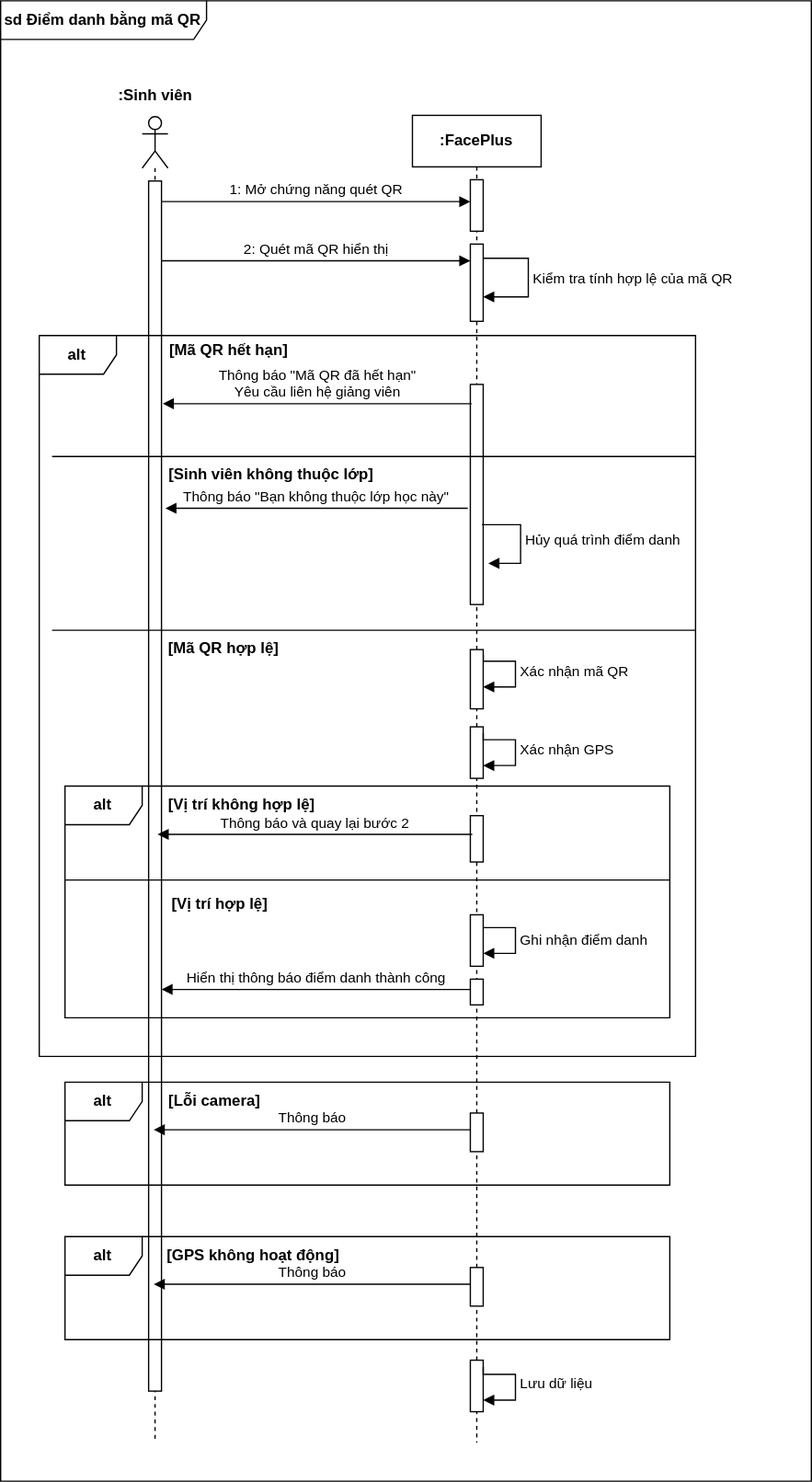
Above: [W3] SequenceDiagram 3.drawio.svg in ntmly/ThuchanhphattrienhethongTTNT (draw.io), before the change. Source tidied: cells renumbered, new cells last; positions are measured from the earlier drawing's top-left corner, leaving out a move shared by most shapes.
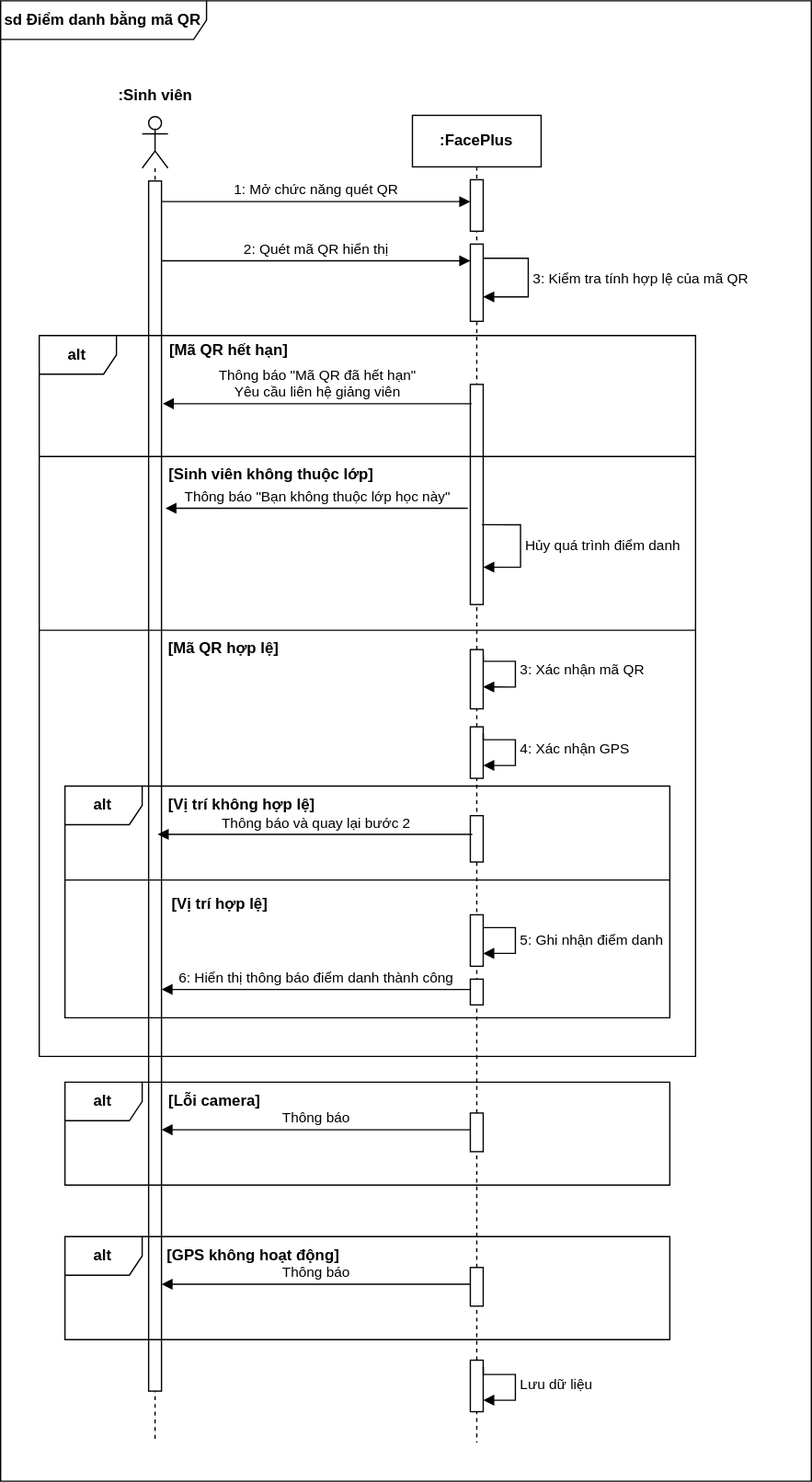
The same diagram one commit later.

Commit message:
Cập nhật [W3] SequenceDiagram 3.drawio.svg

The edit, as a diff of the source:
```diff
@@ -20,7 +20,7 @@
     <mxCell id="7" style="html=1;perimeter=orthogonalPerimeter;targetShapes=umlLifeline;newEdgeStyle={&quot;curved&quot;:0,&quot;rounded&quot;:0};" parent="5" vertex="1">
       <mxGeometry x="45" y="100" width="10" height="60" as="geometry" />
     </mxCell>
-    <mxCell id="8" value="Kiểm tra tính hợp lệ của mã QR" style="html=1;align=left;spacingLeft=2;endArrow=block;rounded=0;edgeStyle=orthogonalEdgeStyle;curved=0;rounded=0;entryX=1.5;entryY=0.683;entryDx=0;entryDy=0;entryPerimeter=0;" parent="5" edge="1">
+    <mxCell id="8" value="3: Kiểm tra tính hợp lệ của mã QR" style="html=1;align=left;spacingLeft=2;endArrow=block;rounded=0;edgeStyle=orthogonalEdgeStyle;curved=0;rounded=0;entryX=1.5;entryY=0.683;entryDx=0;entryDy=0;entryPerimeter=0;" parent="5" edge="1">
       <mxGeometry relative="1" as="geometry">
         <mxPoint x="55" y="111" as="sourcePoint" />
         <mxPoint x="55" y="141" as="targetPoint" />
@@ -36,7 +36,7 @@
     <mxCell id="10" style="html=1;points=[[0,0,0,0,5],[0,1,0,0,-5],[1,0,0,0,5],[1,1,0,0,-5]];perimeter=orthogonalPerimeter;outlineConnect=0;targetShapes=umlLifeline;portConstraint=eastwest;newEdgeStyle={&quot;curved&quot;:0,&quot;rounded&quot;:0};" parent="5" vertex="1">
       <mxGeometry x="45" y="475" width="10" height="40" as="geometry" />
     </mxCell>
-    <mxCell id="11" value="Xác nhận GPS" style="html=1;align=left;spacingLeft=2;endArrow=block;rounded=0;edgeStyle=orthogonalEdgeStyle;curved=0;rounded=0;exitX=1;exitY=0;exitDx=0;exitDy=5;exitPerimeter=0;" parent="5" edge="1" source="10" target="10">
+    <mxCell id="11" value="4: Xác nhận GPS" style="html=1;align=left;spacingLeft=2;endArrow=block;rounded=0;edgeStyle=orthogonalEdgeStyle;curved=0;rounded=0;exitX=1;exitY=0;exitDx=0;exitDy=5;exitPerimeter=0;" parent="5" edge="1" source="10" target="10">
       <mxGeometry relative="1" as="geometry">
         <Array as="points">
           <mxPoint x="55" y="485" />
@@ -45,7 +45,7 @@
         </Array>
       </mxGeometry>
     </mxCell>
-    <mxCell id="12" value="Xác nhận mã QR" style="html=1;align=left;spacingLeft=2;endArrow=block;rounded=0;edgeStyle=orthogonalEdgeStyle;curved=0;rounded=0;exitX=1;exitY=0;exitDx=0;exitDy=5;exitPerimeter=0;" parent="5" edge="1">
+    <mxCell id="12" value="3: Xác nhận mã QR" style="html=1;align=left;spacingLeft=2;endArrow=block;rounded=0;edgeStyle=orthogonalEdgeStyle;curved=0;rounded=0;exitX=1;exitY=0;exitDx=0;exitDy=5;exitPerimeter=0;" parent="5" edge="1">
       <mxGeometry relative="1" as="geometry">
         <mxPoint x="55" y="419" as="sourcePoint" />
         <mxPoint x="55" y="444" as="targetPoint" />
@@ -62,7 +62,7 @@
     <mxCell id="14" style="html=1;points=[[0,0,0,0,5],[0,1,0,0,-5],[1,0,0,0,5],[1,1,0,0,-5]];perimeter=orthogonalPerimeter;outlineConnect=0;targetShapes=umlLifeline;portConstraint=eastwest;newEdgeStyle={&quot;curved&quot;:0,&quot;rounded&quot;:0};" parent="5" vertex="1">
       <mxGeometry x="45" y="621" width="10" height="40" as="geometry" />
     </mxCell>
-    <mxCell id="15" value="Ghi nhận điểm danh" style="html=1;align=left;spacingLeft=2;endArrow=block;rounded=0;edgeStyle=orthogonalEdgeStyle;curved=0;rounded=0;" parent="5" edge="1" source="14" target="14">
+    <mxCell id="15" value="5: Ghi nhận điểm danh" style="html=1;align=left;spacingLeft=2;endArrow=block;rounded=0;edgeStyle=orthogonalEdgeStyle;curved=0;rounded=0;" parent="5" edge="1" source="14" target="14">
       <mxGeometry relative="1" as="geometry">
         <Array as="points">
           <mxPoint x="80" y="631" />
@@ -90,7 +90,7 @@
     <mxCell id="20" value="&lt;b&gt;:Sinh viên&lt;/b&gt;" style="text;html=1;align=center;verticalAlign=middle;strokeColor=none;fillColor=none;" parent="1" vertex="1">
       <mxGeometry x="80" y="59" width="80" height="30" as="geometry" />
     </mxCell>
-    <mxCell id="21" value="1: Mở chứng năng quét QR" style="html=1;verticalAlign=bottom;endArrow=block;curved=0;rounded=0;entryX=0;entryY=0;entryDx=0;entryDy=5;entryPerimeter=0;" parent="1" edge="1">
+    <mxCell id="21" value="1: Mở chức năng quét QR" style="html=1;verticalAlign=bottom;endArrow=block;curved=0;rounded=0;entryX=0;entryY=0;entryDx=0;entryDy=5;entryPerimeter=0;" parent="1" edge="1">
       <mxGeometry relative="1" as="geometry">
         <mxPoint x="125" y="156" as="sourcePoint" />
         <mxPoint x="365" y="156" as="targetPoint" />
@@ -115,7 +115,7 @@
       </mxGeometry>
     </mxCell>
     <mxCell id="26" style="line;strokeWidth=1;fillColor=none;align=left;verticalAlign=middle;spacingTop=-1;spacingLeft=3;spacingRight=3;labelPosition=right;strokeColor=inherit;" parent="1" vertex="1">
-      <mxGeometry x="40" y="350" width="500" height="8" as="geometry" />
+      <mxGeometry x="30" y="350" width="510" height="8" as="geometry" />
     </mxCell>
     <mxCell id="27" value="&lt;b&gt;[Sinh viên không thuộc lớp]&lt;/b&gt;" style="text;html=1;align=center;verticalAlign=middle;strokeColor=none;fillColor=none;" parent="1" vertex="1">
       <mxGeometry x="120" y="353" width="180" height="30" as="geometry" />
@@ -126,17 +126,17 @@
         <mxPoint x="128" y="394.2" as="targetPoint" />
       </mxGeometry>
     </mxCell>
-    <mxCell id="29" value="Hủy quá trình điểm danh" style="html=1;align=left;spacingLeft=2;endArrow=block;rounded=0;edgeStyle=orthogonalEdgeStyle;curved=0;rounded=0;" parent="1" edge="1">
+    <mxCell id="29" value="Hủy quá trình điểm danh" style="html=1;align=left;spacingLeft=2;endArrow=block;rounded=0;edgeStyle=orthogonalEdgeStyle;curved=0;rounded=0;" parent="1" edge="1" target="9">
       <mxGeometry relative="1" as="geometry">
         <mxPoint x="374" y="407" as="sourcePoint" />
-        <mxPoint x="379" y="437" as="targetPoint" />
         <Array as="points">
-          <mxPoint x="404" y="437" />
+          <mxPoint x="404" y="407" />
+          <mxPoint x="404" y="440" />
         </Array>
       </mxGeometry>
     </mxCell>
     <mxCell id="30" style="line;strokeWidth=1;fillColor=none;align=left;verticalAlign=middle;spacingTop=-1;spacingLeft=3;spacingRight=3;labelPosition=right;strokeColor=inherit;" parent="1" vertex="1">
-      <mxGeometry x="40" y="485" width="500" height="8" as="geometry" />
+      <mxGeometry x="30" y="485" width="510" height="8" as="geometry" />
     </mxCell>
     <mxCell id="31" style="html=1;perimeter=orthogonalPerimeter;targetShapes=umlLifeline;newEdgeStyle={&quot;curved&quot;:0,&quot;rounded&quot;:0};" parent="1" vertex="1">
       <mxGeometry x="365" y="504" width="10" height="46" as="geometry" />
@@ -165,7 +165,7 @@
     <mxCell id="38" style="html=1;perimeter=orthogonalPerimeter;targetShapes=umlLifeline;newEdgeStyle={&quot;curved&quot;:0,&quot;rounded&quot;:0};" parent="1" vertex="1">
       <mxGeometry x="365" y="760" width="10" height="20" as="geometry" />
     </mxCell>
-    <mxCell id="39" value="Hiển thị thông báo điểm danh thành công" style="html=1;verticalAlign=bottom;endArrow=block;curved=0;rounded=0;exitX=0;exitY=0;exitDx=0;exitDy=5;exitPerimeter=0;" parent="1" edge="1">
+    <mxCell id="39" value="6: Hiển thị thông báo điểm danh thành công" style="html=1;verticalAlign=bottom;endArrow=block;curved=0;rounded=0;exitX=0;exitY=0;exitDx=0;exitDy=5;exitPerimeter=0;" parent="1" edge="1">
       <mxGeometry relative="1" as="geometry">
         <mxPoint x="365" y="768" as="sourcePoint" />
         <mxPoint x="125" y="768" as="targetPoint" />
@@ -177,10 +177,9 @@
     <mxCell id="41" value="&lt;b&gt;[Lỗi camera]&lt;/b&gt;" style="text;html=1;align=center;verticalAlign=middle;strokeColor=none;fillColor=none;" parent="1" vertex="1">
       <mxGeometry x="121" y="840" width="90" height="30" as="geometry" />
     </mxCell>
-    <mxCell id="42" value="Thông báo" style="html=1;verticalAlign=bottom;endArrow=block;curved=0;rounded=0;" parent="1" edge="1">
+    <mxCell id="42" value="Thông báo" style="html=1;verticalAlign=bottom;endArrow=block;curved=0;rounded=0;" parent="1" edge="1" target="4">
       <mxGeometry relative="1" as="geometry">
         <mxPoint x="365" y="877" as="sourcePoint" />
-        <mxPoint x="119" y="877" as="targetPoint" />
       </mxGeometry>
     </mxCell>
     <mxCell id="43" value="&lt;b&gt;alt&lt;/b&gt;" style="shape=umlFrame;whiteSpace=wrap;html=1;" parent="1" vertex="1">
@@ -189,10 +188,9 @@
     <mxCell id="44" value="&lt;b&gt;[GPS không hoạt động]&lt;/b&gt;" style="text;html=1;align=center;verticalAlign=middle;strokeColor=none;fillColor=none;" parent="1" vertex="1">
       <mxGeometry x="116" y="960" width="160" height="30" as="geometry" />
     </mxCell>
-    <mxCell id="45" value="Thông báo" style="html=1;verticalAlign=bottom;endArrow=block;curved=0;rounded=0;" parent="1" edge="1">
+    <mxCell id="45" value="Thông báo" style="html=1;verticalAlign=bottom;endArrow=block;curved=0;rounded=0;" parent="1" edge="1" target="4">
       <mxGeometry relative="1" as="geometry">
         <mxPoint x="365" y="997" as="sourcePoint" />
-        <mxPoint x="119" y="997" as="targetPoint" />
       </mxGeometry>
     </mxCell>
   </root>
```
